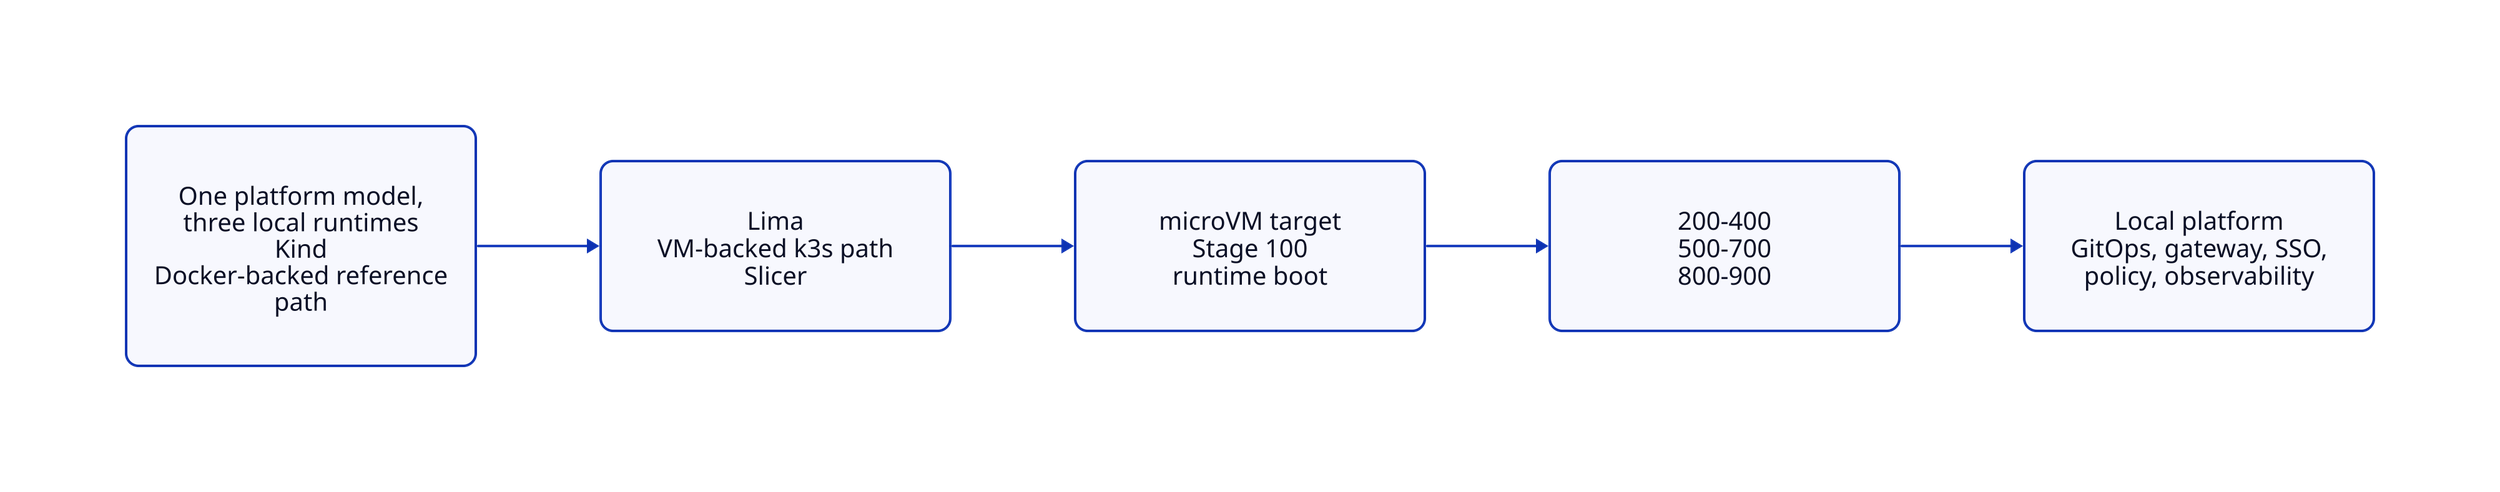
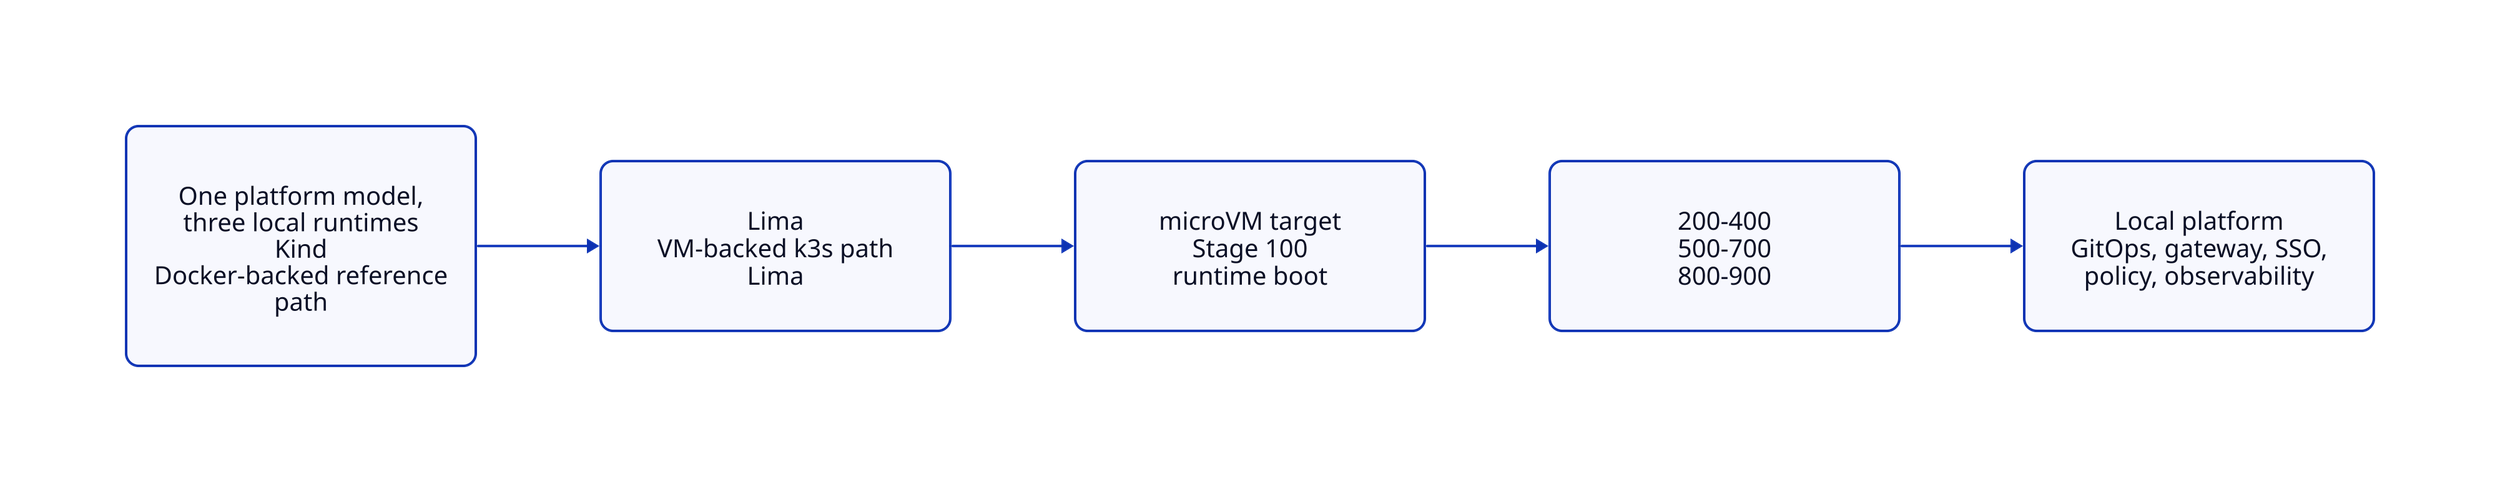
# Auto-migrated D2 source for /diagrams/runtime-variants.svg.
# Replace labels/edges here when improving the diagram; do not edit rendered SVG.
# @light public/diagrams/runtime-variants.svg
# @dark public/diagrams/runtime-variants-dark.svg
# @layout elk
# @pad 64

direction: right

style.fill: transparent

n01: {
  label: "One platform model,\nthree local runtimes\nKind\nDocker-backed reference\npath"
  width: 280
  height: 192
  style.font-size: 20
  style.border-radius: 10
}

n02: {
-   label: "Lima\nVM-backed k3s path\nSlicer"
+   label: "Lima\nVM-backed k3s path\nLima"
  width: 280
  height: 136
  style.font-size: 20
  style.border-radius: 10
}

n03: {
  label: "microVM target\nStage 100\nruntime boot"
  width: 280
  height: 136
  style.font-size: 20
  style.border-radius: 10
}

n04: {
  label: "200-400\n500-700\n800-900"
  width: 280
  height: 136
  style.font-size: 20
  style.border-radius: 10
}

n05: {
  label: "Local platform\nGitOps, gateway, SSO,\npolicy, observability"
  width: 280
  height: 136
  style.font-size: 20
  style.border-radius: 10
}

n01 -> n02
n02 -> n03
n03 -> n04
n04 -> n05
